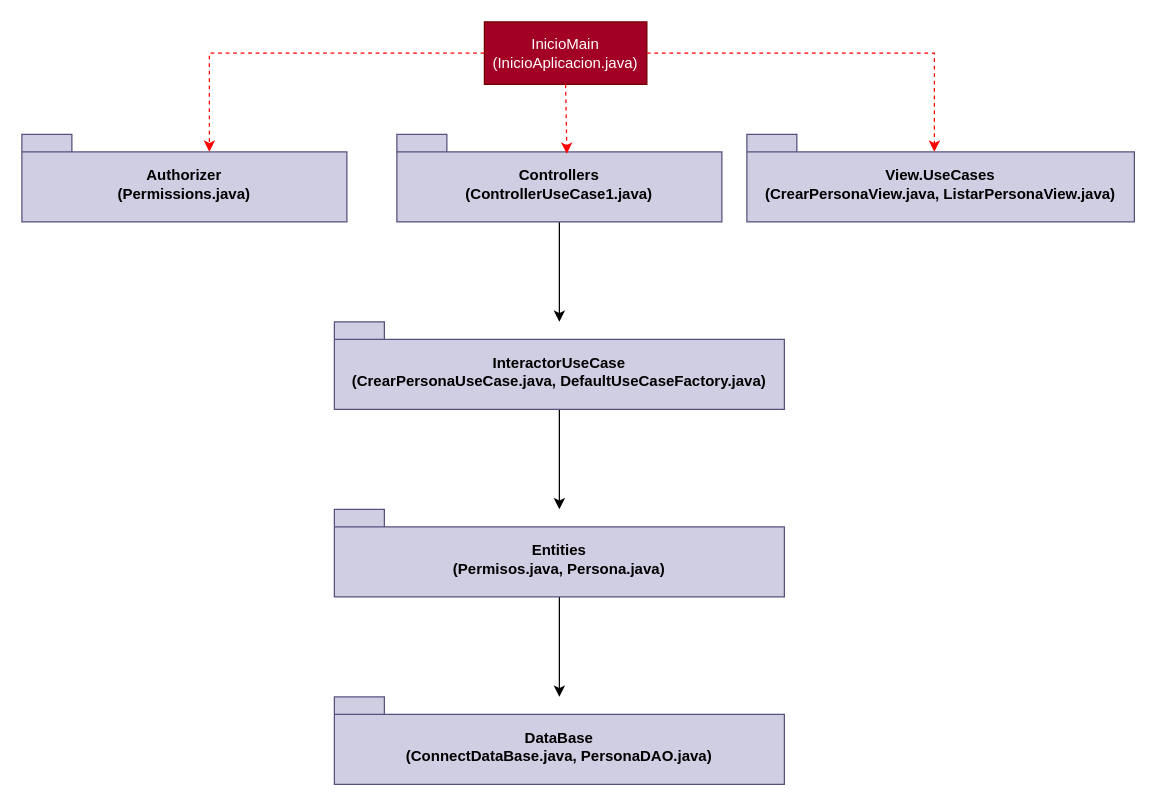
JosehpCR/DiagramasUML keeps this draw.io diagram as Diagramas/Diagrama de paquetes Java.drawio. Above is the earlier version. Source tidied: cells renumbered, new cells numbered last; positions are measured from the earlier drawing's top-left corner, leaving out a move shared by most shapes. Both pictures are drawn from the tidied source at 125%, with x=0, y=0 at pixel (21, 21).
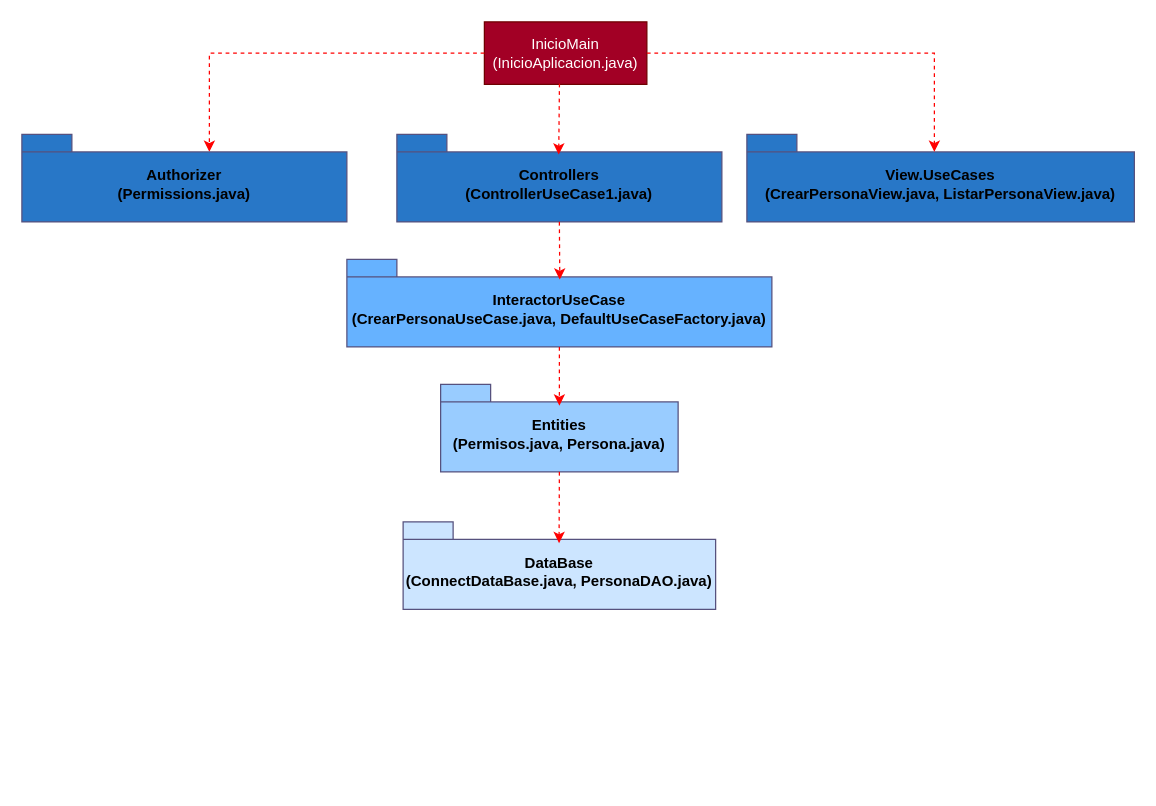
Above is the later version.

The edit, as a diff of the source:
```diff
@@
 <mxGraphModel>
   <root>
     <mxCell id="0" />
     <mxCell id="1" parent="0" />
     <mxCell id="2" value="InicioMain&lt;br&gt;(InicioAplicacion.java)" style="html=1;whiteSpace=wrap;fillColor=#a20025;strokeColor=#6F0000;fontColor=#ffffff;" parent="1" vertex="1">
       <mxGeometry x="370" width="130" height="50" as="geometry" />
     </mxCell>
-    <mxCell id="3" style="edgeStyle=orthogonalEdgeStyle;rounded=0;jettySize=auto;html=1;" parent="1" edge="1" source="4" target="11">
-      <mxGeometry relative="1" as="geometry" />
-    </mxCell>
-    <mxCell id="4" value="Controllers&lt;br&gt;(ControllerUseCase1.java)" style="shape=folder;fontStyle=1;spacingTop=10;tabWidth=40;tabHeight=14;tabPosition=left;html=1;whiteSpace=wrap;fillColor=#d0cee2;strokeColor=#56517e;" parent="1" vertex="1">
+    <mxCell id="4" value="Controllers&lt;br&gt;(ControllerUseCase1.java)" style="shape=folder;fontStyle=1;spacingTop=10;tabWidth=40;tabHeight=14;tabPosition=left;html=1;whiteSpace=wrap;fillColor=#2877C7;strokeColor=#56517e;" parent="1" vertex="1">
       <mxGeometry x="300" y="90" width="260" height="70" as="geometry" />
     </mxCell>
-    <mxCell id="5" value="View.UseCases&lt;br&gt;(CrearPersonaView.java, ListarPersonaView.java)" style="shape=folder;fontStyle=1;spacingTop=10;tabWidth=40;tabHeight=14;tabPosition=left;html=1;whiteSpace=wrap;fillColor=#d0cee2;strokeColor=#56517e;" parent="1" vertex="1">
+    <mxCell id="5" value="View.UseCases&lt;br&gt;(CrearPersonaView.java, ListarPersonaView.java)" style="shape=folder;fontStyle=1;spacingTop=10;tabWidth=40;tabHeight=14;tabPosition=left;html=1;whiteSpace=wrap;fillColor=#2877C7;strokeColor=#56517e;" parent="1" vertex="1">
       <mxGeometry x="580" y="90" width="310" height="70" as="geometry" />
     </mxCell>
     <mxCell id="6" style="endArrow=classic;html=1;rounded=0;exitX=0;exitY=0.5;exitDx=0;exitDy=0;edgeStyle=orthogonalEdgeStyle;entryX=0;entryY=0;entryDx=150;entryDy=14;entryPerimeter=0;dashed=1;strokeColor=#ff0000;" parent="1" edge="1" source="2" target="9">
       <mxGeometry relative="1" as="geometry" />
     </mxCell>
-    <mxCell id="7" style="endArrow=classic;html=1;rounded=0;exitX=0.5;exitY=1;exitDx=0;exitDy=0;dashed=1;strokeColor=#ff0000;entryX=0.523;entryY=0.222;entryDx=0;entryDy=0;entryPerimeter=0;" parent="1" edge="1" source="2" target="4">
+    <mxCell id="7" style="endArrow=classic;html=1;rounded=0;exitX=0.462;exitY=0.988;exitDx=0;exitDy=0;dashed=1;strokeColor=#ff0000;entryX=0.498;entryY=0.231;entryDx=0;entryDy=0;entryPerimeter=0;exitPerimeter=0;" parent="1" edge="1" source="2" target="4">
       <mxGeometry relative="1" as="geometry" />
     </mxCell>
     <mxCell id="8" style="endArrow=classic;html=1;rounded=0;exitX=1;exitY=0.5;exitDx=0;exitDy=0;edgeStyle=orthogonalEdgeStyle;entryX=0;entryY=0;entryDx=150;entryDy=14;entryPerimeter=0;dashed=1;strokeColor=#ff0000;" parent="1" edge="1" source="2" target="5">
       <mxGeometry relative="1" as="geometry" />
     </mxCell>
-    <mxCell id="9" value="Authorizer&lt;br&gt;(Permissions.java)" style="shape=folder;fontStyle=1;spacingTop=10;tabWidth=40;tabHeight=14;tabPosition=left;html=1;whiteSpace=wrap;fillColor=#d0cee2;strokeColor=#56517e;" parent="1" vertex="1">
+    <mxCell id="9" value="Authorizer&lt;br&gt;(Permissions.java)" style="shape=folder;fontStyle=1;spacingTop=10;tabWidth=40;tabHeight=14;tabPosition=left;html=1;whiteSpace=wrap;fillColor=#2877C7;strokeColor=#56517e;" parent="1" vertex="1">
       <mxGeometry y="90" width="260" height="70" as="geometry" />
     </mxCell>
-    <mxCell id="10" style="edgeStyle=orthogonalEdgeStyle;rounded=0;jettySize=auto;html=1;" parent="1" edge="1" source="11" target="13">
-      <mxGeometry relative="1" as="geometry" />
-    </mxCell>
-    <mxCell id="11" value="InteractorUseCase&lt;br&gt;(CrearPersonaUseCase.java, DefaultUseCaseFactory.java)" style="shape=folder;fontStyle=1;spacingTop=10;tabWidth=40;tabHeight=14;tabPosition=left;html=1;whiteSpace=wrap;fillColor=#d0cee2;strokeColor=#56517e;" parent="1" vertex="1">
-      <mxGeometry x="250" y="240" width="360" height="70" as="geometry" />
+    <mxCell id="11" value="InteractorUseCase&lt;br&gt;(CrearPersonaUseCase.java, DefaultUseCaseFactory.java)" style="shape=folder;fontStyle=1;spacingTop=10;tabWidth=40;tabHeight=14;tabPosition=left;html=1;whiteSpace=wrap;fillColor=#66B2FF;strokeColor=#56517e;" parent="1" vertex="1">
+      <mxGeometry x="260" y="190" width="340" height="70" as="geometry" />
     </mxCell>
-    <mxCell id="12" style="edgeStyle=orthogonalEdgeStyle;rounded=0;jettySize=auto;html=1;" parent="1" edge="1" source="13" target="14">
-      <mxGeometry relative="1" as="geometry" />
-    </mxCell>
-    <mxCell id="13" value="Entities&lt;br&gt;(Permisos.java, Persona.java)" style="shape=folder;fontStyle=1;spacingTop=10;tabWidth=40;tabHeight=14;tabPosition=left;html=1;whiteSpace=wrap;fillColor=#d0cee2;strokeColor=#56517e;" parent="1" vertex="1">
-      <mxGeometry x="250" y="390" width="360" height="70" as="geometry" />
+    <mxCell id="13" value="Entities&lt;br&gt;(Permisos.java, Persona.java)" style="shape=folder;fontStyle=1;spacingTop=10;tabWidth=40;tabHeight=14;tabPosition=left;html=1;whiteSpace=wrap;fillColor=#99CCFF;strokeColor=#56517e;" parent="1" vertex="1">
+      <mxGeometry x="335" y="290" width="190" height="70" as="geometry" />
     </mxCell>
-    <mxCell id="14" value="DataBase&lt;br&gt;(ConnectDataBase.java, PersonaDAO.java)" style="shape=folder;fontStyle=1;spacingTop=10;tabWidth=40;tabHeight=14;tabPosition=left;html=1;whiteSpace=wrap;fillColor=#d0cee2;strokeColor=#56517e;" parent="1" vertex="1">
-      <mxGeometry x="250" y="540" width="360" height="70" as="geometry" />
+    <mxCell id="14" value="DataBase&lt;br&gt;(ConnectDataBase.java, PersonaDAO.java)" style="shape=folder;fontStyle=1;spacingTop=10;tabWidth=40;tabHeight=14;tabPosition=left;html=1;whiteSpace=wrap;fillColor=#CCE5FF;strokeColor=#56517e;" parent="1" vertex="1">
+      <mxGeometry x="305" y="400" width="250" height="70" as="geometry" />
     </mxCell>
+    <mxCell id="3" style="endArrow=classic;html=1;rounded=0;exitX=0.5;exitY=1;exitDx=0;exitDy=0;dashed=1;strokeColor=#ff0000;exitPerimeter=0;entryX=0.501;entryY=0.231;entryDx=0;entryDy=0;entryPerimeter=0;" parent="1" edge="1" source="4" target="11">
+      <mxGeometry relative="1" as="geometry" />
+    </mxCell>
+    <mxCell id="10" style="endArrow=classic;html=1;rounded=0;exitX=0.5;exitY=1;exitDx=0;exitDy=0;dashed=1;strokeColor=#ff0000;exitPerimeter=0;entryX=0.5;entryY=0.243;entryDx=0;entryDy=0;entryPerimeter=0;" parent="1" edge="1" source="11" target="13">
+      <mxGeometry relative="1" as="geometry" />
+    </mxCell>
+    <mxCell id="12" style="endArrow=classic;html=1;rounded=0;exitX=0.5;exitY=1;exitDx=0;exitDy=0;dashed=1;strokeColor=#ff0000;exitPerimeter=0;entryX=0.499;entryY=0.243;entryDx=0;entryDy=0;entryPerimeter=0;" parent="1" edge="1" source="13" target="14">
+      <mxGeometry relative="1" as="geometry" />
+    </mxCell>
   </root>
 </mxGraphModel>
```
